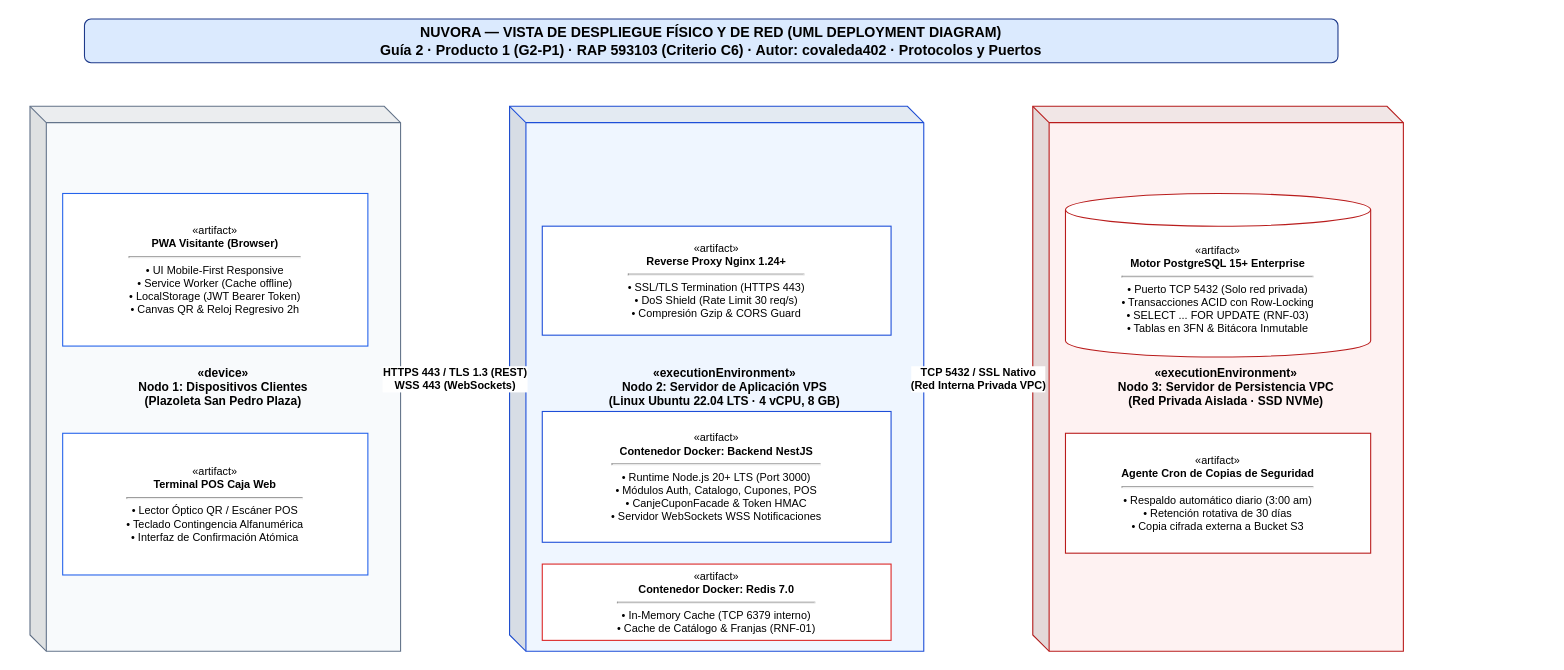
Earlier version of the draw.io diagram 02-training-project/01-phase/02-planning/06-architecture/04-evidence-learning/G2-P1-covaleda/06-vista-despliegue.drawio (covaleda402/ADSO-3413974). Source tidied: cells renumbered, new cells numbered last; positions are measured from the earlier drawing's top-left corner, leaving out a move shared by most shapes. Both pictures are drawn from the tidied source at 109%, with x=0, y=0 at pixel (29, 19).
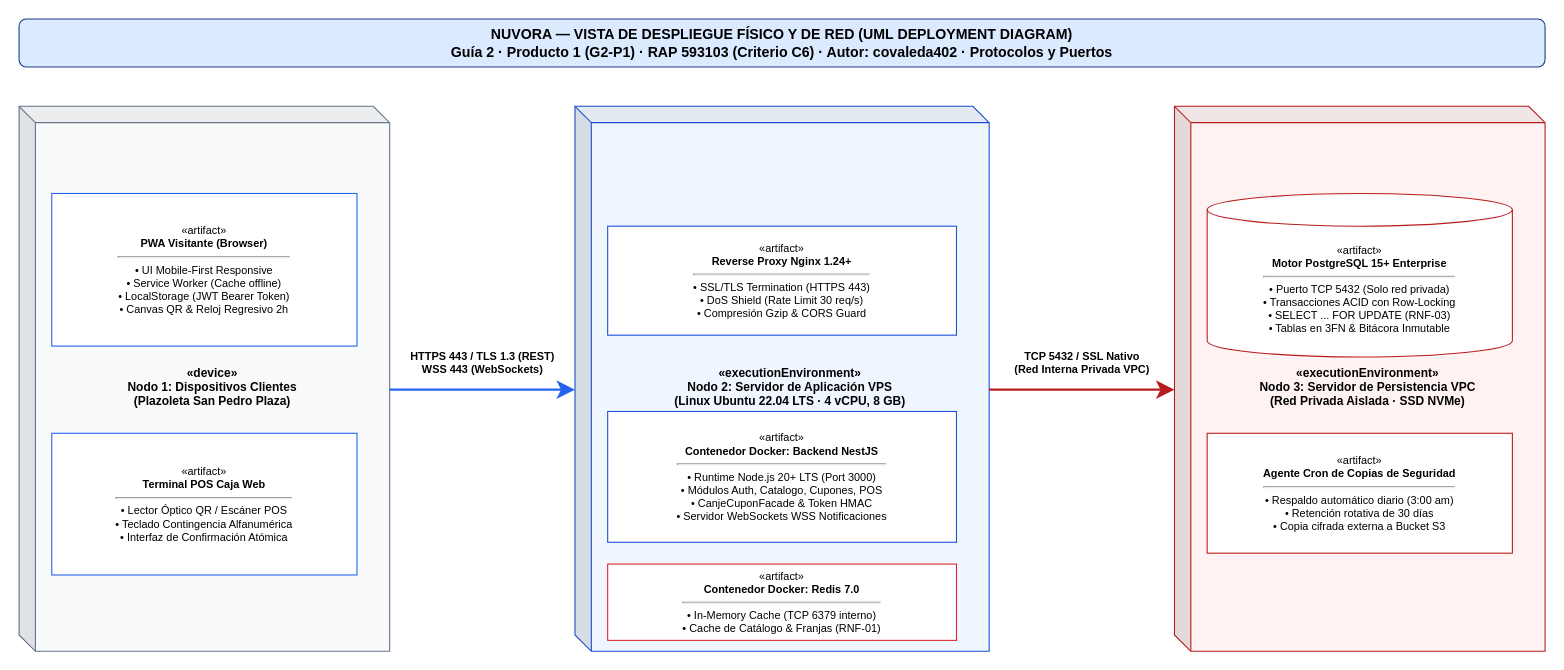
The same diagram, later.

Commit message (it also covers changes not shown here):
fix(g2-p1): pulir etiquetas en clases, unificar interfaces en componentes y flechas en despliegue

Change to the diagram source:
```diff
@@
 <mxGraphModel background="#ffffff">
   <root>
     <mxCell id="0" />
     <mxCell id="1" parent="0" />
     <mxCell id="2" value="NUVORA — VISTA DE DESPLIEGUE FÍSICO Y DE RED (UML DEPLOYMENT DIAGRAM)&#10;Guía 2 · Producto 1 (G2-P1) · RAP 593103 (Criterio C6) · Autor: covaleda402 · Protocolos y Puertos" style="text;html=1;strokeColor=#1E3A8A;fillColor=#DBEAFE;align=center;verticalAlign=middle;whiteSpace=wrap;rounded=1;fontSize=13;fontStyle=1;" parent="1" vertex="1">
-      <mxGeometry x="50" width="1150" height="40" as="geometry" />
+      <mxGeometry x="-10" width="1400" height="44" as="geometry" />
     </mxCell>
     <mxCell id="3" value="«device»&#10;&lt;b&gt;Nodo 1: Dispositivos Clientes&lt;/b&gt;&#10;(Plazoleta San Pedro Plaza)" style="shape=cube;whiteSpace=wrap;html=1;boundedLbl=1;backgroundOutline=1;darkOpacity=0.05;darkOpacity2=0.1;fillColor=#F8FAFC;strokeColor=#64748B;fontStyle=1;fontSize=11;size=15;" parent="1" vertex="1">
-      <mxGeometry y="80" width="340" height="500" as="geometry" />
+      <mxGeometry x="-10" y="80" width="340" height="500" as="geometry" />
     </mxCell>
     <mxCell id="4" value="«artifact»&lt;br&gt;&lt;b&gt;PWA Visitante (Browser)&lt;/b&gt;&lt;hr&gt;• UI Mobile-First Responsive&lt;br&gt;• Service Worker (Cache offline)&lt;br&gt;• LocalStorage (JWT Bearer Token)&lt;br&gt;• Canvas QR &amp; Reloj Regresivo 2h" style="html=1;whiteSpace=wrap;fillColor=#FFFFFF;strokeColor=#2563EB;fontSize=10;" parent="3" vertex="1">
       <mxGeometry x="30" y="80" width="280" height="140" as="geometry" />
     </mxCell>
     <mxCell id="5" value="«artifact»&lt;br&gt;&lt;b&gt;Terminal POS Caja Web&lt;/b&gt;&lt;hr&gt;• Lector Óptico QR / Escáner POS&lt;br&gt;• Teclado Contingencia Alfanumérica&lt;br&gt;• Interfaz de Confirmación Atómica" style="html=1;whiteSpace=wrap;fillColor=#FFFFFF;strokeColor=#2563EB;fontSize=10;" parent="3" vertex="1">
       <mxGeometry x="30" y="300" width="280" height="130" as="geometry" />
     </mxCell>
     <mxCell id="6" value="«executionEnvironment»&#10;&lt;b&gt;Nodo 2: Servidor de Aplicación VPS&lt;/b&gt;&#10;(Linux Ubuntu 22.04 LTS · 4 vCPU, 8 GB)" style="shape=cube;whiteSpace=wrap;html=1;boundedLbl=1;backgroundOutline=1;darkOpacity=0.05;darkOpacity2=0.1;fillColor=#EFF6FF;strokeColor=#1D4ED8;fontStyle=1;fontSize=11;size=15;" parent="1" vertex="1">
-      <mxGeometry x="440" y="80" width="380" height="500" as="geometry" />
+      <mxGeometry x="500" y="80" width="380" height="500" as="geometry" />
     </mxCell>
     <mxCell id="7" value="«artifact»&lt;br&gt;&lt;b&gt;Reverse Proxy Nginx 1.24+&lt;/b&gt;&lt;hr&gt;• SSL/TLS Termination (HTTPS 443)&lt;br&gt;• DoS Shield (Rate Limit 30 req/s)&lt;br&gt;• Compresión Gzip &amp; CORS Guard" style="html=1;whiteSpace=wrap;fillColor=#FFFFFF;strokeColor=#1D4ED8;fontSize=10;" parent="6" vertex="1">
       <mxGeometry x="30" y="110" width="320" height="100" as="geometry" />
     </mxCell>
     <mxCell id="8" value="«artifact»&lt;br&gt;&lt;b&gt;Contenedor Docker: Backend NestJS&lt;/b&gt;&lt;hr&gt;• Runtime Node.js 20+ LTS (Port 3000)&lt;br&gt;• Módulos Auth, Catalogo, Cupones, POS&lt;br&gt;• CanjeCuponFacade &amp; Token HMAC&lt;br&gt;• Servidor WebSockets WSS Notificaciones" style="html=1;whiteSpace=wrap;fillColor=#FFFFFF;strokeColor=#1D4ED8;fontSize=10;" parent="6" vertex="1">
       <mxGeometry x="30" y="280" width="320" height="120" as="geometry" />
     </mxCell>
     <mxCell id="9" value="«artifact»&lt;br&gt;&lt;b&gt;Contenedor Docker: Redis 7.0&lt;/b&gt;&lt;hr&gt;• In-Memory Cache (TCP 6379 interno)&lt;br&gt;• Cache de Catálogo &amp; Franjas (RNF-01)" style="html=1;whiteSpace=wrap;fillColor=#FFFFFF;strokeColor=#DC2626;fontSize=10;" parent="6" vertex="1">
       <mxGeometry x="30" y="420" width="320" height="70" as="geometry" />
     </mxCell>
     <mxCell id="10" value="«executionEnvironment»&#10;&lt;b&gt;Nodo 3: Servidor de Persistencia VPC&lt;/b&gt;&#10;(Red Privada Aislada · SSD NVMe)" style="shape=cube;whiteSpace=wrap;html=1;boundedLbl=1;backgroundOutline=1;darkOpacity=0.05;darkOpacity2=0.1;fillColor=#FEF2F2;strokeColor=#B91C1C;fontStyle=1;fontSize=11;size=15;" parent="1" vertex="1">
-      <mxGeometry x="920" y="80" width="340" height="500" as="geometry" />
+      <mxGeometry x="1050" y="80" width="340" height="500" as="geometry" />
     </mxCell>
     <mxCell id="11" value="«artifact»&lt;br&gt;&lt;b&gt;Motor PostgreSQL 15+ Enterprise&lt;/b&gt;&lt;hr&gt;• Puerto TCP 5432 (Solo red privada)&lt;br&gt;• Transacciones ACID con Row-Locking&lt;br&gt;• SELECT ... FOR UPDATE (RNF-03)&lt;br&gt;• Tablas en 3FN &amp; Bitácora Inmutable" style="shape=cylinder3;whiteSpace=wrap;html=1;boundedLbl=1;backgroundOutline=1;fillColor=#FFFFFF;strokeColor=#B91C1C;fontSize=10;" parent="10" vertex="1">
       <mxGeometry x="30" y="80" width="280" height="150" as="geometry" />
     </mxCell>
     <mxCell id="12" value="«artifact»&lt;br&gt;&lt;b&gt;Agente Cron de Copias de Seguridad&lt;/b&gt;&lt;hr&gt;• Respaldo automático diario (3:00 am)&lt;br&gt;• Retención rotativa de 30 días&lt;br&gt;• Copia cifrada externa a Bucket S3" style="html=1;whiteSpace=wrap;fillColor=#FFFFFF;strokeColor=#B91C1C;fontSize=10;" parent="10" vertex="1">
       <mxGeometry x="30" y="300" width="280" height="110" as="geometry" />
     </mxCell>
-    <mxCell id="13" value="HTTPS 443 / TLS 1.3 (REST)&#10;WSS 443 (WebSockets)" style="endArrow=none;html=1;strokeColor=#2563EB;strokeWidth=2;fontSize=10;fontStyle=1;" parent="1" edge="1" source="3" target="6">
-      <mxGeometry relative="1" as="geometry" />
+    <mxCell id="13" value="HTTPS 443 / TLS 1.3 (REST)&#10;WSS 443 (WebSockets)" style="edgeStyle=orthogonalEdgeStyle;endArrow=classic;endFill=1;endSize=10;html=1;strokeColor=#2563EB;strokeWidth=2.2;fontSize=10;fontStyle=1;labelBackgroundColor=#ffffff;exitX=1;exitY=0.52;entryX=0;entryY=0.52;verticalAlign=bottom;" parent="1" edge="1" source="3" target="6">
+      <mxGeometry relative="1" as="geometry">
+        <mxPoint y="-10" as="offset" />
+      </mxGeometry>
     </mxCell>
-    <mxCell id="14" value="TCP 5432 / SSL Nativo&#10;(Red Interna Privada VPC)" style="endArrow=none;html=1;strokeColor=#B91C1C;strokeWidth=2;fontSize=10;fontStyle=1;" parent="1" edge="1" source="6" target="10">
-      <mxGeometry relative="1" as="geometry" />
+    <mxCell id="14" value="TCP 5432 / SSL Nativo&#10;(Red Interna Privada VPC)" style="edgeStyle=orthogonalEdgeStyle;endArrow=classic;endFill=1;endSize=10;html=1;strokeColor=#B91C1C;strokeWidth=2.2;fontSize=10;fontStyle=1;labelBackgroundColor=#ffffff;exitX=1;exitY=0.52;entryX=0;entryY=0.52;verticalAlign=bottom;" parent="1" edge="1" source="6" target="10">
+      <mxGeometry relative="1" as="geometry">
+        <mxPoint y="-10" as="offset" />
+      </mxGeometry>
     </mxCell>
   </root>
 </mxGraphModel>
```
